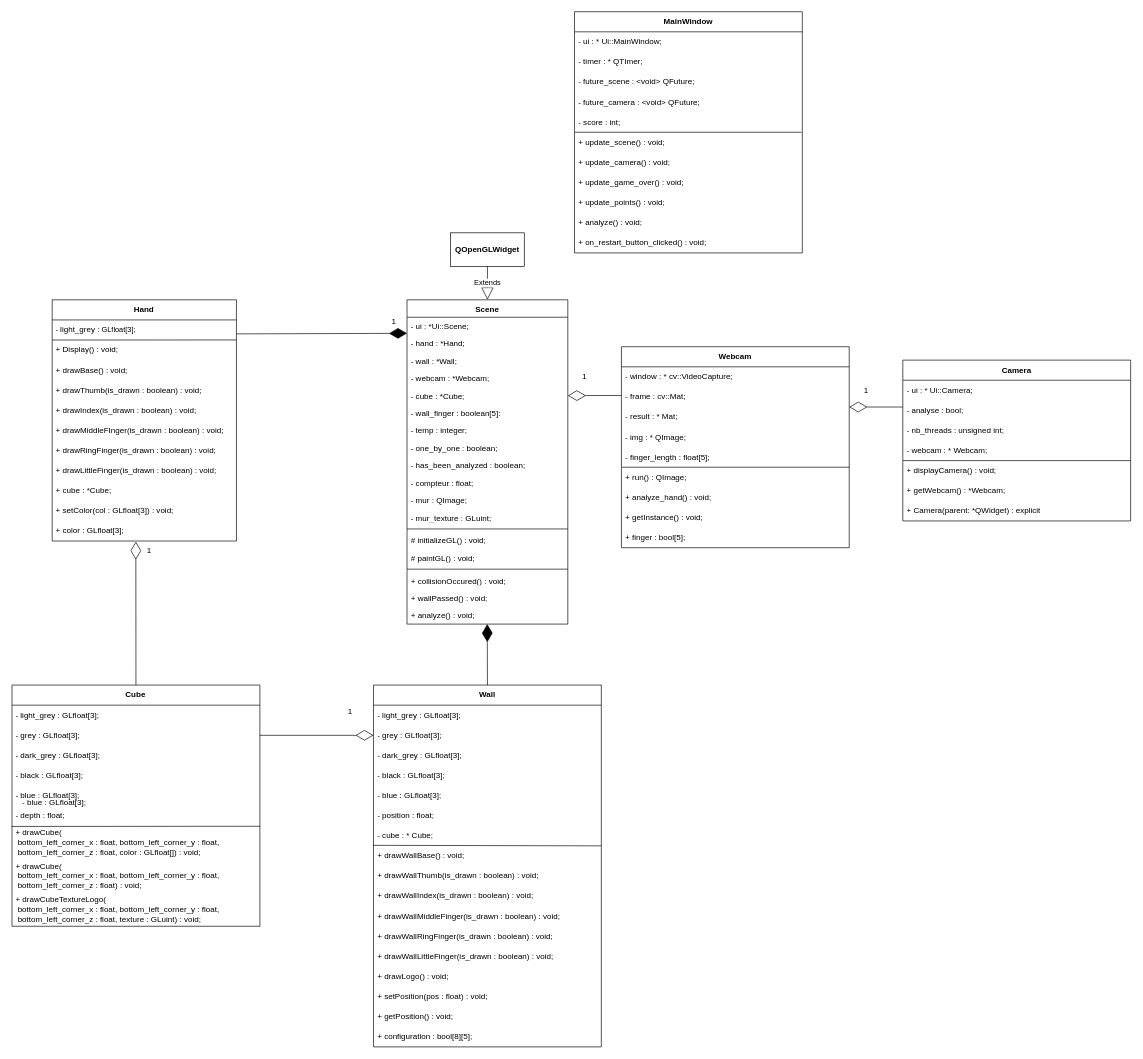
Before: Class_diagram.drawio in Mathunder/tse_hand_project, a draw.io diagram. Source tidied: cells renumbered, new cells numbered last; positions are measured from the earlier drawing's top-left corner, leaving out a move shared by most shapes. Both pictures are drawn from the tidied source at 67%, with x=0, y=0 at pixel (11, 11).
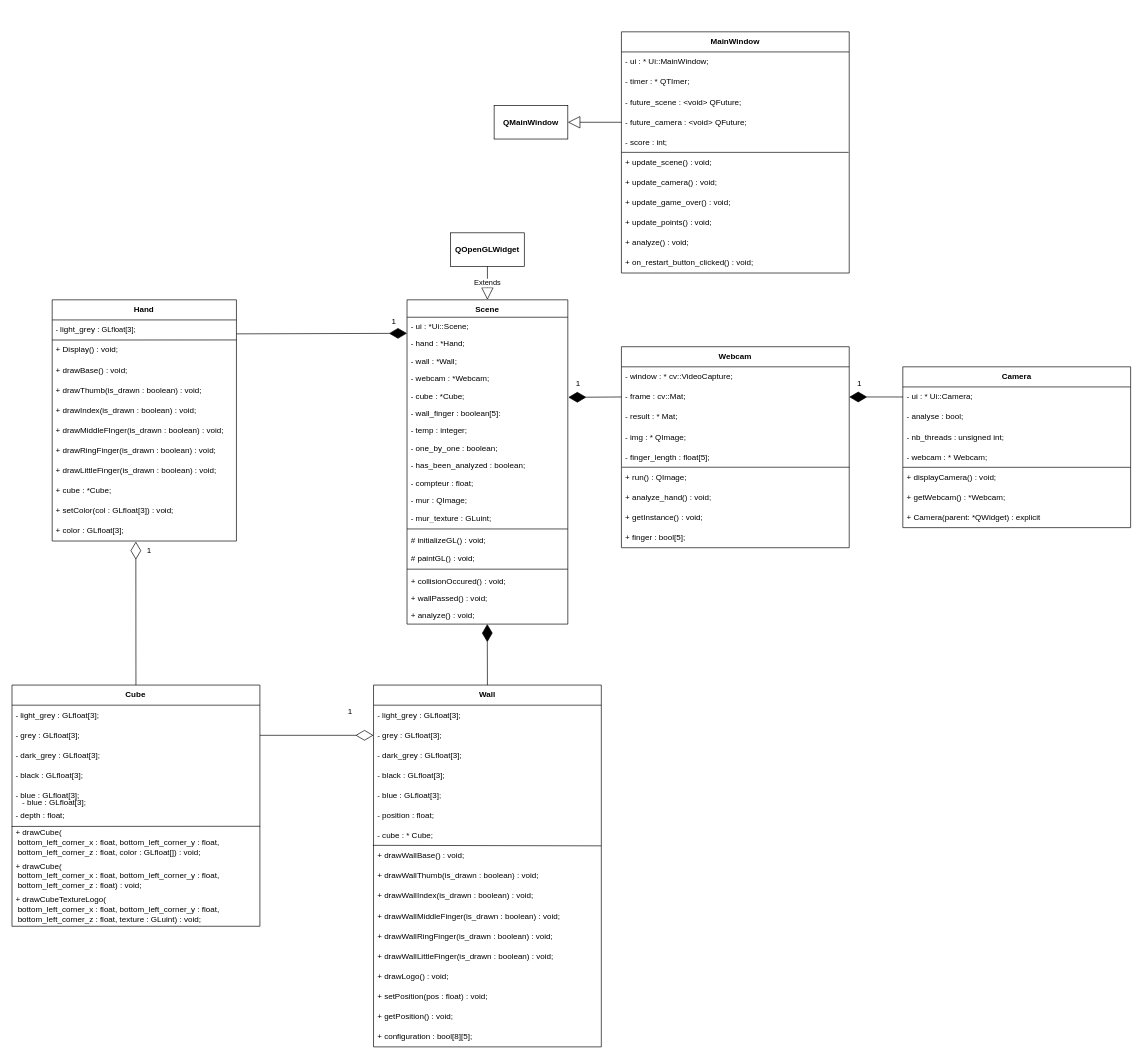
Above is the later version.

Commit message:
diagramme de classe

The change refers to these unchanged cells:
```xml
<mxCell id="52" value="- cube : *Cube;" style="text;strokeColor=none;fillColor=none;align=left;verticalAlign=top;spacingLeft=4;spacingRight=4;overflow=hidden;points=[[0,0.5],[1,0.5]];portConstraint=eastwest;whiteSpace=wrap;html=1;fontFamily=Helvetica;fontColor=#000000;" parent="47" vertex="1">
  <mxGeometry y="130" width="240" height="26" as="geometry" />
</mxCell>
<mxCell id="76" value="- ui : * Ui::Camera;" style="text;strokeColor=none;fillColor=none;align=left;verticalAlign=middle;spacingLeft=4;spacingRight=4;overflow=hidden;points=[[0,0.5],[1,0.5]];portConstraint=eastwest;whiteSpace=wrap;html=1;fontFamily=Helvetica;fontColor=#000000;" parent="75" vertex="1">
  <mxGeometry y="30" width="340" height="30" as="geometry" />
</mxCell>
<mxCell id="86" value="- frame : cv::Mat;" style="text;strokeColor=none;fillColor=none;align=left;verticalAlign=middle;spacingLeft=4;spacingRight=4;overflow=hidden;points=[[0,0.5],[1,0.5]];portConstraint=eastwest;whiteSpace=wrap;html=1;fontFamily=Helvetica;fontColor=#000000;" parent="84" vertex="1">
  <mxGeometry y="60" width="340" height="30" as="geometry" />
</mxCell>
<mxCell id="99" value="-&amp;nbsp;future_camera : &amp;lt;void&amp;gt; QFuture;" style="text;strokeColor=none;fillColor=none;align=left;verticalAlign=middle;spacingLeft=4;spacingRight=4;overflow=hidden;points=[[0,0.5],[1,0.5]];portConstraint=eastwest;whiteSpace=wrap;html=1;fontFamily=Helvetica;fontColor=#000000;" parent="95" vertex="1">
  <mxGeometry y="120" width="340" height="30" as="geometry" />
</mxCell>
```

Diff of the diagram source:
```diff
@@
     <mxCell id="75" value="&lt;b&gt;Camera&lt;/b&gt;" style="swimlane;fontStyle=0;horizontal=1;startSize=30;whiteSpace=wrap;html=1;fontFamily=Helvetica;fontColor=#000000;" parent="1" vertex="1">
-      <mxGeometry x="1330" y="520" width="340" height="240" as="geometry" />
+      <mxGeometry x="1330" y="530" width="340" height="240" as="geometry" />
     </mxCell>
@@
     <mxCell id="95" value="&lt;b&gt;MainWindow&lt;/b&gt;" style="swimlane;fontStyle=0;horizontal=1;startSize=30;whiteSpace=wrap;html=1;fontFamily=Helvetica;fontColor=#000000;" parent="1" vertex="1">
-      <mxGeometry x="840" width="340" height="360" as="geometry" />
+      <mxGeometry x="910" y="30" width="340" height="360" as="geometry" />
     </mxCell>
@@
-    <mxCell id="108" style="endArrow=diamondThin;endFill=0;endSize=24;html=1;rounded=0;exitX=-0.001;exitY=0.424;exitDx=0;exitDy=0;fontFamily=Helvetica;entryX=1;entryY=0.5;entryDx=0;entryDy=0;fontColor=#000000;exitPerimeter=0;" parent="1" edge="1" source="86" target="52">
-      <mxGeometry relative="1" as="geometry" />
-    </mxCell>
-    <mxCell id="109" style="endArrow=diamondThin;endFill=0;endSize=24;html=1;rounded=0;exitX=-0.001;exitY=0.424;exitDx=0;exitDy=0;fontFamily=Helvetica;entryX=1;entryY=0.5;entryDx=0;entryDy=0;fontColor=#000000;exitPerimeter=0;" parent="1" edge="1">
-      <mxGeometry relative="1" as="geometry">
-        <mxPoint x="1330" y="590" as="sourcePoint" />
-        <mxPoint x="1250" y="590" as="targetPoint" />
-      </mxGeometry>
-    </mxCell>
     <mxCell id="110" value="1" style="text;html=1;align=center;verticalAlign=middle;strokeColor=none;fillColor=none;fontColor=#000000;" parent="1" vertex="1">
-      <mxGeometry x="840" y="530" width="30" height="30" as="geometry" />
+      <mxGeometry x="830" y="540" width="30" height="30" as="geometry" />
     </mxCell>
     <mxCell id="111" value="1" style="text;html=1;align=center;verticalAlign=middle;strokeColor=none;fillColor=none;fontColor=#000000;" parent="1" vertex="1">
-      <mxGeometry x="1260" y="550" width="30" height="30" as="geometry" />
+      <mxGeometry x="1250" y="540" width="30" height="30" as="geometry" />
     </mxCell>
+    <mxCell id="112" value="&lt;b&gt;QMainWindow&lt;/b&gt;" style="html=1;whiteSpace=wrap;fontColor=#000000;" parent="1" vertex="1">
+      <mxGeometry x="720" y="140" width="110" height="50" as="geometry" />
+    </mxCell>
+    <mxCell id="113" style="endArrow=block;endSize=16;endFill=0;html=1;rounded=0;exitX=0;exitY=0.5;exitDx=0;exitDy=0;fontColor=#000000;entryX=1;entryY=0.5;entryDx=0;entryDy=0;" parent="1" edge="1" source="99" target="112">
+      <mxGeometry y="55" relative="1" as="geometry" />
+    </mxCell>
+    <mxCell id="108" style="endArrow=diamondThin;endFill=1;endSize=24;html=1;rounded=0;exitX=0;exitY=0.5;exitDx=0;exitDy=0;fontColor=#000000;entryX=1.003;entryY=0.597;entryDx=0;entryDy=0;entryPerimeter=0;" parent="1" edge="1" source="86" target="52">
+      <mxGeometry relative="1" as="geometry" />
+    </mxCell>
+    <mxCell id="114" style="endArrow=diamondThin;endFill=1;endSize=24;html=1;rounded=0;exitX=0;exitY=0.5;exitDx=0;exitDy=0;fontColor=#000000;entryX=1;entryY=0.5;entryDx=0;entryDy=0;" parent="1" edge="1" source="76" target="86">
+      <mxGeometry relative="1" as="geometry" />
+    </mxCell>
```
